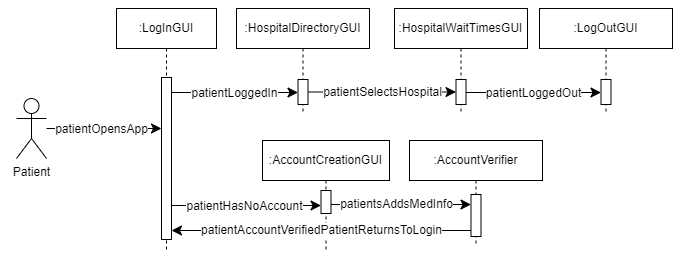
Earlier version of the draw.io export AmirWork/M2/P1_SequenceDiagram.drawio.png (SENG-350-2024-fall/Team9). Source tidied: cells renumbered, new cells last; positions are measured from the earlier drawing's top-left corner, leaving out a move shared by most shapes. Its diagram source:
```xml
<mxGraphModel background="#ffffff">
  <root>
    <mxCell id="0" />
    <mxCell id="1" parent="0" />
    <mxCell id="2" style="rounded=0;whiteSpace=wrap;html=1;strokeColor=none;" parent="1" vertex="1">
      <mxGeometry x="558" width="120" height="258" as="geometry" />
    </mxCell>
    <mxCell id="3" style="rounded=0;whiteSpace=wrap;html=1;strokeColor=none;" parent="1" vertex="1">
      <mxGeometry y="8" width="120" height="174" as="geometry" />
    </mxCell>
    <mxCell id="4" value=":LogInGUI" style="shape=umlLifeline;perimeter=lifelinePerimeter;whiteSpace=wrap;html=1;newEdgeStyle={&quot;edgeStyle&quot;:&quot;elbowEdgeStyle&quot;,&quot;elbow&quot;:&quot;vertical&quot;,&quot;curved&quot;:0,&quot;rounded&quot;:0};" parent="1" vertex="1">
      <mxGeometry x="116" y="8" width="100" height="243" as="geometry" />
    </mxCell>
    <mxCell id="5" style="html=1;points=[];perimeter=orthogonalPerimeter;outlineConnect=0;targetShapes=umlLifeline;portConstraint=eastwest;newEdgeStyle={&quot;edgeStyle&quot;:&quot;elbowEdgeStyle&quot;,&quot;elbow&quot;:&quot;vertical&quot;,&quot;curved&quot;:0,&quot;rounded&quot;:0};" parent="4" vertex="1">
      <mxGeometry x="45" y="69" width="10" height="162" as="geometry" />
    </mxCell>
    <mxCell id="6" value=":AccountCreationGUI" style="shape=umlLifeline;perimeter=lifelinePerimeter;whiteSpace=wrap;html=1;newEdgeStyle={&quot;edgeStyle&quot;:&quot;elbowEdgeStyle&quot;,&quot;elbow&quot;:&quot;vertical&quot;,&quot;curved&quot;:0,&quot;rounded&quot;:0};" parent="1" vertex="1">
      <mxGeometry x="262" y="140" width="127" height="111" as="geometry" />
    </mxCell>
    <mxCell id="7" style="html=1;points=[];perimeter=orthogonalPerimeter;outlineConnect=0;targetShapes=umlLifeline;portConstraint=eastwest;newEdgeStyle={&quot;edgeStyle&quot;:&quot;elbowEdgeStyle&quot;,&quot;elbow&quot;:&quot;vertical&quot;,&quot;curved&quot;:0,&quot;rounded&quot;:0};" parent="6" vertex="1">
      <mxGeometry x="58.5" y="50" width="10" height="23" as="geometry" />
    </mxCell>
    <mxCell id="8" style="edgeStyle=none;curved=1;rounded=0;jettySize=auto;html=1;fontSize=12;startSize=8;endSize=8;" parent="1" edge="1" source="10" target="5">
      <mxGeometry relative="1" as="geometry" />
    </mxCell>
    <mxCell id="9" value="patientOpensApp" style="edgeLabel;html=1;align=center;verticalAlign=middle;fontSize=12;" parent="8" vertex="1">
      <mxGeometry x="0.08" y="2" relative="1" as="geometry">
        <mxPoint x="-8" y="2" as="offset" />
      </mxGeometry>
    </mxCell>
    <mxCell id="10" value="Patient" style="shape=umlActor;verticalLabelPosition=bottom;verticalAlign=top;html=1;outlineConnect=0;" parent="1" vertex="1">
      <mxGeometry x="16" y="98" width="30" height="60" as="geometry" />
    </mxCell>
    <mxCell id="11" style="edgeStyle=elbowEdgeStyle;curved=0;rounded=0;jettySize=auto;html=1;elbow=vertical;fontSize=12;startSize=8;endSize=8;" parent="1" edge="1" source="5" target="7">
      <mxGeometry relative="1" as="geometry">
        <Array as="points">
          <mxPoint x="246" y="205" />
        </Array>
      </mxGeometry>
    </mxCell>
    <mxCell id="12" value="patientHasNoAccount" style="edgeLabel;html=1;align=center;verticalAlign=middle;fontSize=12;" parent="11" vertex="1">
      <mxGeometry x="0.12" y="1" relative="1" as="geometry">
        <mxPoint x="-12" y="1" as="offset" />
      </mxGeometry>
    </mxCell>
    <mxCell id="13" value=":AccountVerifier" style="shape=umlLifeline;perimeter=lifelinePerimeter;whiteSpace=wrap;html=1;newEdgeStyle={&quot;edgeStyle&quot;:&quot;elbowEdgeStyle&quot;,&quot;elbow&quot;:&quot;vertical&quot;,&quot;curved&quot;:0,&quot;rounded&quot;:0};" parent="1" vertex="1">
      <mxGeometry x="409" y="140" width="133" height="106" as="geometry" />
    </mxCell>
    <mxCell id="14" style="html=1;points=[];perimeter=orthogonalPerimeter;outlineConnect=0;targetShapes=umlLifeline;portConstraint=eastwest;newEdgeStyle={&quot;edgeStyle&quot;:&quot;elbowEdgeStyle&quot;,&quot;elbow&quot;:&quot;vertical&quot;,&quot;curved&quot;:0,&quot;rounded&quot;:0};" parent="13" vertex="1">
      <mxGeometry x="61.5" y="54" width="10" height="42" as="geometry" />
    </mxCell>
    <mxCell id="15" style="edgeStyle=elbowEdgeStyle;curved=0;rounded=0;jettySize=auto;html=1;elbow=vertical;fontSize=12;startSize=8;endSize=8;" parent="1" edge="1" source="7" target="14">
      <mxGeometry relative="1" as="geometry" />
    </mxCell>
    <mxCell id="16" value="patientsAddsMedInfo" style="edgeLabel;html=1;align=center;verticalAlign=middle;fontSize=12;" parent="15" vertex="1">
      <mxGeometry x="0.2" relative="1" as="geometry">
        <mxPoint x="-19" y="-1" as="offset" />
      </mxGeometry>
    </mxCell>
    <mxCell id="17" value="patientAccountVerifiedPatientReturnsToLogin" style="edgeStyle=elbowEdgeStyle;curved=0;rounded=0;jettySize=auto;html=1;elbow=vertical;fontSize=12;startSize=8;endSize=8;" parent="1" edge="1" source="14" target="5">
      <mxGeometry relative="1" as="geometry">
        <Array as="points">
          <mxPoint x="320" y="230" />
        </Array>
      </mxGeometry>
    </mxCell>
    <mxCell id="18" value=":HospitalDirectoryGUI" style="shape=umlLifeline;perimeter=lifelinePerimeter;whiteSpace=wrap;html=1;newEdgeStyle={&quot;edgeStyle&quot;:&quot;elbowEdgeStyle&quot;,&quot;elbow&quot;:&quot;vertical&quot;,&quot;curved&quot;:0,&quot;rounded&quot;:0};" parent="1" vertex="1">
      <mxGeometry x="236" y="8" width="133" height="106" as="geometry" />
    </mxCell>
    <mxCell id="19" style="html=1;points=[];perimeter=orthogonalPerimeter;outlineConnect=0;targetShapes=umlLifeline;portConstraint=eastwest;newEdgeStyle={&quot;edgeStyle&quot;:&quot;elbowEdgeStyle&quot;,&quot;elbow&quot;:&quot;vertical&quot;,&quot;curved&quot;:0,&quot;rounded&quot;:0};" parent="18" vertex="1">
      <mxGeometry x="61.5" y="71" width="10" height="25" as="geometry" />
    </mxCell>
    <mxCell id="20" style="edgeStyle=elbowEdgeStyle;curved=0;rounded=0;jettySize=auto;html=1;elbow=vertical;fontSize=12;startSize=8;endSize=8;" parent="1" edge="1" source="5" target="19">
      <mxGeometry relative="1" as="geometry" />
    </mxCell>
    <mxCell id="21" value="patientLoggedIn" style="edgeLabel;html=1;align=center;verticalAlign=middle;fontSize=12;" parent="20" vertex="1">
      <mxGeometry x="-0.2" relative="1" as="geometry">
        <mxPoint x="12" as="offset" />
      </mxGeometry>
    </mxCell>
    <mxCell id="22" value=":HospitalWaitTimesGUI" style="shape=umlLifeline;perimeter=lifelinePerimeter;whiteSpace=wrap;html=1;newEdgeStyle={&quot;edgeStyle&quot;:&quot;elbowEdgeStyle&quot;,&quot;elbow&quot;:&quot;vertical&quot;,&quot;curved&quot;:0,&quot;rounded&quot;:0};" parent="1" vertex="1">
      <mxGeometry x="394" y="8" width="133" height="106" as="geometry" />
    </mxCell>
    <mxCell id="23" style="html=1;points=[];perimeter=orthogonalPerimeter;outlineConnect=0;targetShapes=umlLifeline;portConstraint=eastwest;newEdgeStyle={&quot;edgeStyle&quot;:&quot;elbowEdgeStyle&quot;,&quot;elbow&quot;:&quot;vertical&quot;,&quot;curved&quot;:0,&quot;rounded&quot;:0};" parent="22" vertex="1">
      <mxGeometry x="61.5" y="71" width="10" height="25" as="geometry" />
    </mxCell>
    <mxCell id="24" value="patientSelectsHospital" style="edgeStyle=elbowEdgeStyle;curved=0;rounded=0;jettySize=auto;html=1;elbow=horizontal;fontSize=12;startSize=8;endSize=8;" parent="1" edge="1" source="19" target="23">
      <mxGeometry relative="1" as="geometry" />
    </mxCell>
    <mxCell id="25" value=":LogOutGUI" style="shape=umlLifeline;perimeter=lifelinePerimeter;whiteSpace=wrap;html=1;newEdgeStyle={&quot;edgeStyle&quot;:&quot;elbowEdgeStyle&quot;,&quot;elbow&quot;:&quot;vertical&quot;,&quot;curved&quot;:0,&quot;rounded&quot;:0};" parent="1" vertex="1">
      <mxGeometry x="539" y="8" width="133" height="106" as="geometry" />
    </mxCell>
    <mxCell id="26" style="html=1;points=[];perimeter=orthogonalPerimeter;outlineConnect=0;targetShapes=umlLifeline;portConstraint=eastwest;newEdgeStyle={&quot;edgeStyle&quot;:&quot;elbowEdgeStyle&quot;,&quot;elbow&quot;:&quot;vertical&quot;,&quot;curved&quot;:0,&quot;rounded&quot;:0};" parent="25" vertex="1">
      <mxGeometry x="61.5" y="71" width="10" height="25" as="geometry" />
    </mxCell>
    <mxCell id="27" style="edgeStyle=elbowEdgeStyle;curved=0;rounded=0;jettySize=auto;html=1;elbow=vertical;fontSize=12;startSize=8;endSize=8;" parent="1" edge="1" source="23" target="26">
      <mxGeometry relative="1" as="geometry" />
    </mxCell>
    <mxCell id="28" value="patientLoggedOut" style="edgeLabel;html=1;align=center;verticalAlign=middle;fontSize=12;" parent="27" vertex="1">
      <mxGeometry x="0.18" relative="1" as="geometry">
        <mxPoint x="-12" as="offset" />
      </mxGeometry>
    </mxCell>
  </root>
</mxGraphModel>
```
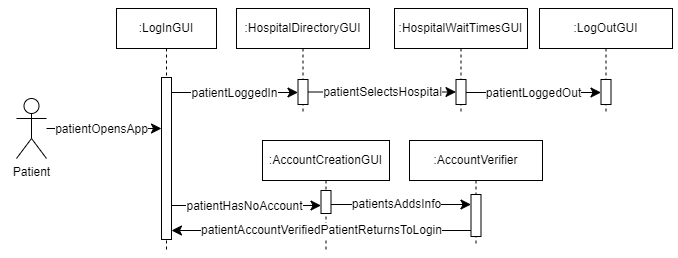
After the change.

Diff of the diagram source:
```diff
@@ -52,7 +52,7 @@
     <mxCell id="15" style="edgeStyle=elbowEdgeStyle;curved=0;rounded=0;jettySize=auto;html=1;elbow=vertical;fontSize=12;startSize=8;endSize=8;" parent="1" edge="1" source="7" target="14">
       <mxGeometry relative="1" as="geometry" />
     </mxCell>
-    <mxCell id="16" value="patientsAddsMedInfo" style="edgeLabel;html=1;align=center;verticalAlign=middle;fontSize=12;" parent="15" vertex="1">
+    <mxCell id="16" value="patientsAddsInfo" style="edgeLabel;html=1;align=center;verticalAlign=middle;fontSize=12;" parent="15" vertex="1">
       <mxGeometry x="0.2" relative="1" as="geometry">
         <mxPoint x="-19" y="-1" as="offset" />
       </mxGeometry>
```
